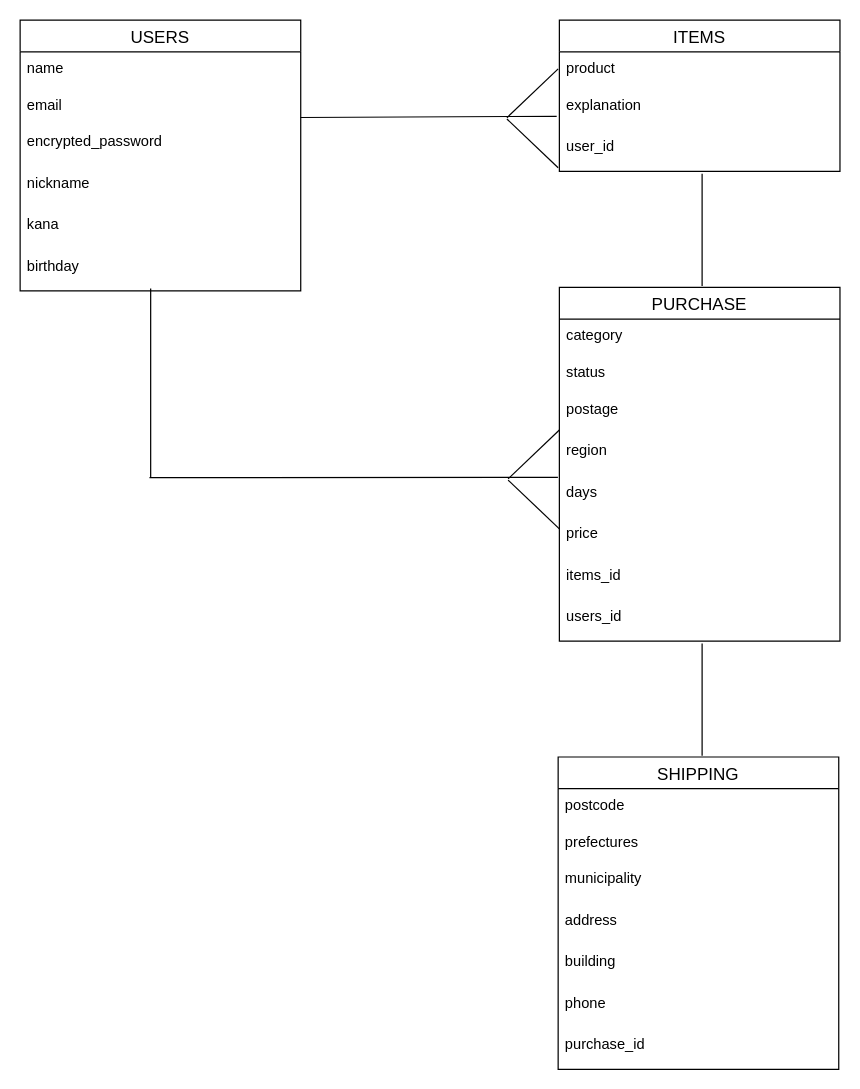
Before: furima.dio in hasegawa-m-prog/furima-37204, a draw.io diagram. Source tidied: cells renumbered, new cells numbered last; positions are measured from the earlier drawing's top-left corner, leaving out a move shared by most shapes. Both pictures are drawn from the tidied source at 122%, with x=0, y=0 at pixel (20, 20).
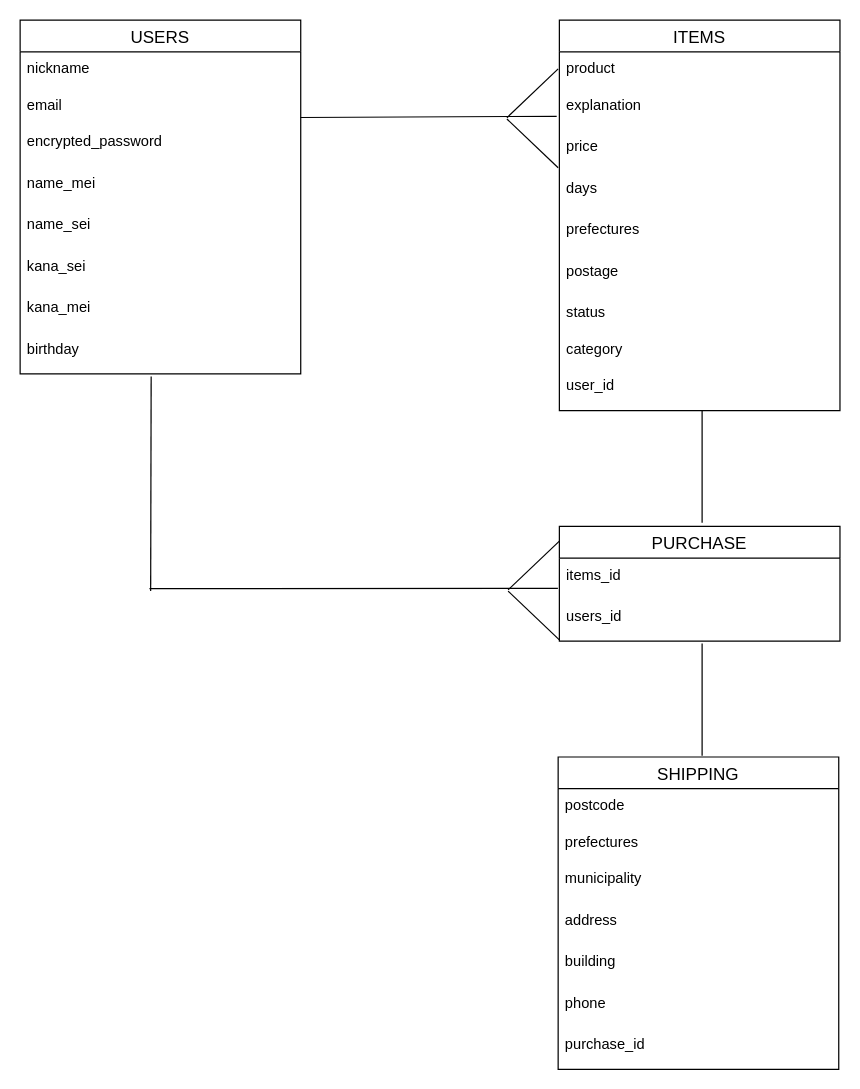
The same page after the edit.

Commit message (it also covers changes not shown here):
ER図、READMEの修正

Change to the diagram source:
```diff
@@
     <mxCell id="2" value="USERS" style="swimlane;fontStyle=0;horizontal=1;startSize=26;align=center;fontSize=14;" parent="1" vertex="1">
-      <mxGeometry width="230" height="222" as="geometry" />
+      <mxGeometry width="230" height="290" as="geometry" />
     </mxCell>
-    <mxCell id="3" value="name" style="text;strokeColor=none;fillColor=none;spacingLeft=4;spacingRight=4;overflow=hidden;fontSize=12;" parent="2" vertex="1">
+    <mxCell id="3" value="nickname" style="text;strokeColor=none;fillColor=none;spacingLeft=4;spacingRight=4;overflow=hidden;fontSize=12;" parent="2" vertex="1">
       <mxGeometry y="26" width="230" height="30" as="geometry" />
     </mxCell>
@@
+    <mxCell id="39" value="name_mei" style="text;strokeColor=none;fillColor=none;spacingLeft=4;spacingRight=4;overflow=hidden;fontSize=12;" parent="2" vertex="1">
+      <mxGeometry y="120" width="230" height="34" as="geometry" />
+    </mxCell>
-    <mxCell id="6" value="nickname" style="text;strokeColor=none;fillColor=none;spacingLeft=4;spacingRight=4;overflow=hidden;fontSize=12;" parent="2" vertex="1">
-      <mxGeometry y="120" width="230" height="34" as="geometry" />
+    <mxCell id="6" value="name_sei" style="text;strokeColor=none;fillColor=none;spacingLeft=4;spacingRight=4;overflow=hidden;fontSize=12;" parent="2" vertex="1">
+      <mxGeometry y="154" width="230" height="34" as="geometry" />
     </mxCell>
+    <mxCell id="40" value="kana_sei" style="text;strokeColor=none;fillColor=none;spacingLeft=4;spacingRight=4;overflow=hidden;fontSize=12;" parent="2" vertex="1">
+      <mxGeometry y="188" width="230" height="34" as="geometry" />
+    </mxCell>
-    <mxCell id="7" value="kana" style="text;strokeColor=none;fillColor=none;spacingLeft=4;spacingRight=4;overflow=hidden;fontSize=12;" parent="2" vertex="1">
-      <mxGeometry y="154" width="230" height="34" as="geometry" />
+    <mxCell id="7" value="kana_mei" style="text;strokeColor=none;fillColor=none;spacingLeft=4;spacingRight=4;overflow=hidden;fontSize=12;" parent="2" vertex="1">
+      <mxGeometry y="222" width="230" height="34" as="geometry" />
     </mxCell>
     <mxCell id="8" value="birthday" style="text;strokeColor=none;fillColor=none;spacingLeft=4;spacingRight=4;overflow=hidden;fontSize=12;" parent="2" vertex="1">
-      <mxGeometry y="188" width="230" height="34" as="geometry" />
+      <mxGeometry y="256" width="230" height="34" as="geometry" />
     </mxCell>
     <mxCell id="9" value="ITEMS" style="swimlane;fontStyle=0;horizontal=1;startSize=26;align=center;fontSize=14;" parent="1" vertex="1">
-      <mxGeometry x="442" width="230" height="124" as="geometry" />
+      <mxGeometry x="442" width="230" height="320" as="geometry" />
     </mxCell>
@@
+    <mxCell id="22" value="price" style="text;strokeColor=none;fillColor=none;spacingLeft=4;spacingRight=4;overflow=hidden;fontSize=12;" parent="9" vertex="1">
+      <mxGeometry y="90" width="230" height="34" as="geometry" />
+    </mxCell>
+    <mxCell id="21" value="days" style="text;strokeColor=none;fillColor=none;spacingLeft=4;spacingRight=4;overflow=hidden;fontSize=12;" parent="9" vertex="1">
+      <mxGeometry y="124" width="230" height="34" as="geometry" />
+    </mxCell>
+    <mxCell id="20" value="prefectures" style="text;strokeColor=none;fillColor=none;spacingLeft=4;spacingRight=4;overflow=hidden;fontSize=12;" parent="9" vertex="1">
+      <mxGeometry y="158" width="230" height="34" as="geometry" />
+    </mxCell>
+    <mxCell id="19" value="postage" style="text;strokeColor=none;fillColor=none;spacingLeft=4;spacingRight=4;overflow=hidden;fontSize=12;" parent="9" vertex="1">
+      <mxGeometry y="192" width="230" height="34" as="geometry" />
+    </mxCell>
+    <mxCell id="18" value="status" style="text;strokeColor=none;fillColor=none;spacingLeft=4;spacingRight=4;overflow=hidden;fontSize=12;" parent="9" vertex="1">
+      <mxGeometry y="226" width="230" height="30" as="geometry" />
+    </mxCell>
+    <mxCell id="17" value="category" style="text;strokeColor=none;fillColor=none;spacingLeft=4;spacingRight=4;overflow=hidden;fontSize=12;" parent="9" vertex="1">
+      <mxGeometry y="256" width="230" height="30" as="geometry" />
+    </mxCell>
     <mxCell id="12" value="user_id" style="text;strokeColor=none;fillColor=none;spacingLeft=4;spacingRight=4;overflow=hidden;fontSize=12;" parent="9" vertex="1">
-      <mxGeometry y="90" width="230" height="34" as="geometry" />
+      <mxGeometry y="286" width="230" height="34" as="geometry" />
     </mxCell>
@@
     <mxCell id="16" value="PURCHASE" style="swimlane;fontStyle=0;horizontal=1;startSize=26;align=center;fontSize=14;" parent="1" vertex="1">
-      <mxGeometry x="442" y="219" width="230" height="290" as="geometry" />
+      <mxGeometry x="442" y="415" width="230" height="94" as="geometry" />
     </mxCell>
-    <mxCell id="17" value="category" style="text;strokeColor=none;fillColor=none;spacingLeft=4;spacingRight=4;overflow=hidden;fontSize=12;" parent="16" vertex="1">
-      <mxGeometry y="26" width="230" height="30" as="geometry" />
-    </mxCell>
-    <mxCell id="18" value="status" style="text;strokeColor=none;fillColor=none;spacingLeft=4;spacingRight=4;overflow=hidden;fontSize=12;" parent="16" vertex="1">
-      <mxGeometry y="56" width="230" height="30" as="geometry" />
-    </mxCell>
-    <mxCell id="19" value="postage" style="text;strokeColor=none;fillColor=none;spacingLeft=4;spacingRight=4;overflow=hidden;fontSize=12;" parent="16" vertex="1">
-      <mxGeometry y="86" width="230" height="34" as="geometry" />
-    </mxCell>
-    <mxCell id="20" value="region" style="text;strokeColor=none;fillColor=none;spacingLeft=4;spacingRight=4;overflow=hidden;fontSize=12;" parent="16" vertex="1">
-      <mxGeometry y="120" width="230" height="34" as="geometry" />
-    </mxCell>
-    <mxCell id="21" value="days" style="text;strokeColor=none;fillColor=none;spacingLeft=4;spacingRight=4;overflow=hidden;fontSize=12;" parent="16" vertex="1">
-      <mxGeometry y="154" width="230" height="34" as="geometry" />
-    </mxCell>
-    <mxCell id="22" value="price" style="text;strokeColor=none;fillColor=none;spacingLeft=4;spacingRight=4;overflow=hidden;fontSize=12;" parent="16" vertex="1">
-      <mxGeometry y="188" width="230" height="34" as="geometry" />
-    </mxCell>
     <mxCell id="23" value="items_id" style="text;strokeColor=none;fillColor=none;spacingLeft=4;spacingRight=4;overflow=hidden;fontSize=12;" parent="16" vertex="1">
-      <mxGeometry y="222" width="230" height="34" as="geometry" />
+      <mxGeometry y="26" width="230" height="34" as="geometry" />
     </mxCell>
     <mxCell id="24" value="users_id" style="text;strokeColor=none;fillColor=none;spacingLeft=4;spacingRight=4;overflow=hidden;fontSize=12;" parent="16" vertex="1">
-      <mxGeometry y="256" width="230" height="34" as="geometry" />
+      <mxGeometry y="60" width="230" height="34" as="geometry" />
     </mxCell>
     <mxCell id="25" style="endArrow=none;html=1;entryX=0.008;entryY=0.318;entryDx=0;entryDy=0;entryPerimeter=0;" parent="1" edge="1">
       <mxGeometry relative="1" as="geometry">
-        <mxPoint x="106" y="375" as="sourcePoint" />
-        <mxPoint x="440.8" y="374.8" as="targetPoint" />
+        <mxPoint x="106" y="466" as="sourcePoint" />
+        <mxPoint x="440.8" y="465.8" as="targetPoint" />
       </mxGeometry>
     </mxCell>
     <mxCell id="26" style="endArrow=none;html=1;" parent="1" edge="1">
       <mxGeometry relative="1" as="geometry">
-        <mxPoint x="400" y="376" as="sourcePoint" />
-        <mxPoint x="442" y="336" as="targetPoint" />
+        <mxPoint x="400" y="467" as="sourcePoint" />
+        <mxPoint x="442" y="427" as="targetPoint" />
       </mxGeometry>
     </mxCell>
     <mxCell id="27" style="endArrow=none;html=1;" parent="1" edge="1">
       <mxGeometry relative="1" as="geometry">
-        <mxPoint x="400" y="377" as="sourcePoint" />
-        <mxPoint x="442" y="417" as="targetPoint" />
+        <mxPoint x="400" y="468" as="sourcePoint" />
+        <mxPoint x="442" y="508" as="targetPoint" />
       </mxGeometry>
     </mxCell>
-    <mxCell id="28" style="endArrow=none;html=1;" parent="1" edge="1">
+    <mxCell id="28" style="endArrow=none;html=1;entryX=0.467;entryY=1.124;entryDx=0;entryDy=0;entryPerimeter=0;" parent="1" edge="1">
       <mxGeometry relative="1" as="geometry">
-        <mxPoint x="107" y="375" as="sourcePoint" />
-        <mxPoint x="107" y="220" as="targetPoint" />
+        <mxPoint x="107" y="468" as="sourcePoint" />
+        <mxPoint x="107.4" y="292.2" as="targetPoint" />
       </mxGeometry>
     </mxCell>
     <mxCell id="29" style="endArrow=none;html=1;" parent="1" edge="1">
       <mxGeometry relative="1" as="geometry">
-        <mxPoint x="559" y="218" as="sourcePoint" />
-        <mxPoint x="559" y="126" as="targetPoint" />
+        <mxPoint x="559" y="412" as="sourcePoint" />
+        <mxPoint x="559" y="320" as="targetPoint" />
       </mxGeometry>
     </mxCell>
```
